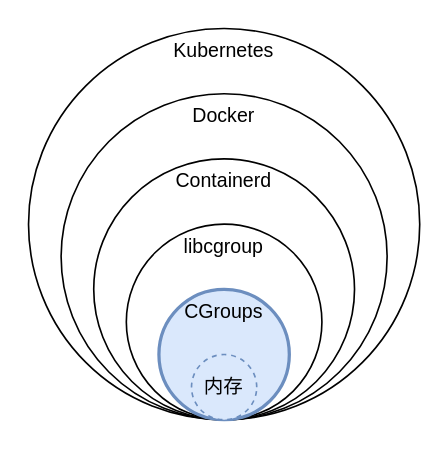
Above: k8scgroup.drawio in zhangjiongcn/drawio (draw.io), before the change. Source tidied: cells renumbered, new cells numbered last; positions are measured from the earlier drawing's top-left corner, leaving out a move shared by most shapes. Both pictures are drawn from the tidied source at 163%, with x=0, y=0 at pixel (28, 28).
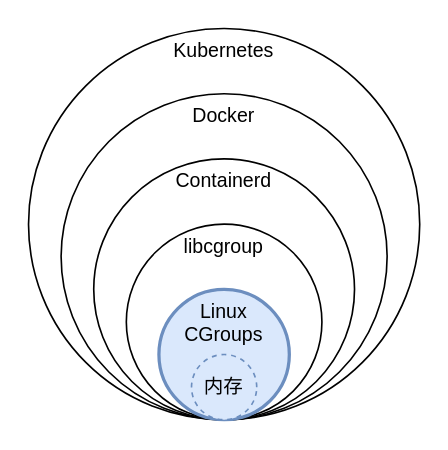
The same page after the edit.

The edit, as a diff of the source:
```diff
@@
 <mxGraphModel>
   <root>
     <mxCell id="0" />
     <mxCell id="1" parent="0" />
     <mxCell id="2" value="&lt;span&gt;&lt;/span&gt;&lt;span&gt;Kubernetes&lt;/span&gt;" style="strokeWidth=1;html=1;shape=mxgraph.flowchart.start_2;whiteSpace=wrap;verticalAlign=top;" parent="1" vertex="1">
       <mxGeometry width="240" height="240" as="geometry" />
     </mxCell>
     <mxCell id="3" value="&lt;span&gt;Docker&lt;/span&gt;" style="strokeWidth=1;html=1;shape=mxgraph.flowchart.start_2;whiteSpace=wrap;flipH=0;flipV=1;verticalAlign=top;" parent="1" vertex="1">
       <mxGeometry x="20" y="40" width="200" height="200" as="geometry" />
     </mxCell>
     <mxCell id="4" value="&lt;span&gt;Containerd&lt;/span&gt;&lt;br&gt;" style="strokeWidth=1;html=1;shape=mxgraph.flowchart.start_2;whiteSpace=wrap;flipH=0;flipV=1;verticalAlign=top;" parent="1" vertex="1">
       <mxGeometry x="40" y="80" width="160" height="160" as="geometry" />
     </mxCell>
     <mxCell id="5" value="&lt;span&gt;libcgroup&lt;/span&gt;&lt;br&gt;" style="strokeWidth=1;html=1;shape=mxgraph.flowchart.start_2;whiteSpace=wrap;flipH=0;flipV=1;verticalAlign=top;" parent="1" vertex="1">
       <mxGeometry x="60" y="120" width="120" height="120" as="geometry" />
     </mxCell>
-    <mxCell id="6" value="&lt;span&gt;CGroups&lt;/span&gt;&lt;br&gt;" style="strokeWidth=2;html=1;shape=mxgraph.flowchart.start_2;whiteSpace=wrap;flipH=0;flipV=1;verticalAlign=top;fillColor=#dae8fc;strokeColor=#6c8ebf;" parent="1" vertex="1">
+    <mxCell id="6" value="&lt;span&gt;Linux&lt;br&gt;CGroups&lt;/span&gt;&lt;br&gt;" style="strokeWidth=2;html=1;shape=mxgraph.flowchart.start_2;whiteSpace=wrap;flipH=0;flipV=1;verticalAlign=top;fillColor=#dae8fc;strokeColor=#6c8ebf;" parent="1" vertex="1">
       <mxGeometry x="80" y="160" width="80" height="80" as="geometry" />
     </mxCell>
     <mxCell id="7" value="&lt;span&gt;内存&lt;/span&gt;&lt;br&gt;" style="strokeWidth=1;html=1;shape=mxgraph.flowchart.start_2;whiteSpace=wrap;flipH=0;flipV=1;verticalAlign=middle;fillColor=#dae8fc;strokeColor=#6c8ebf;dashed=1;" parent="1" vertex="1">
       <mxGeometry x="100" y="200" width="40" height="40" as="geometry" />
     </mxCell>
   </root>
 </mxGraphModel>
```
